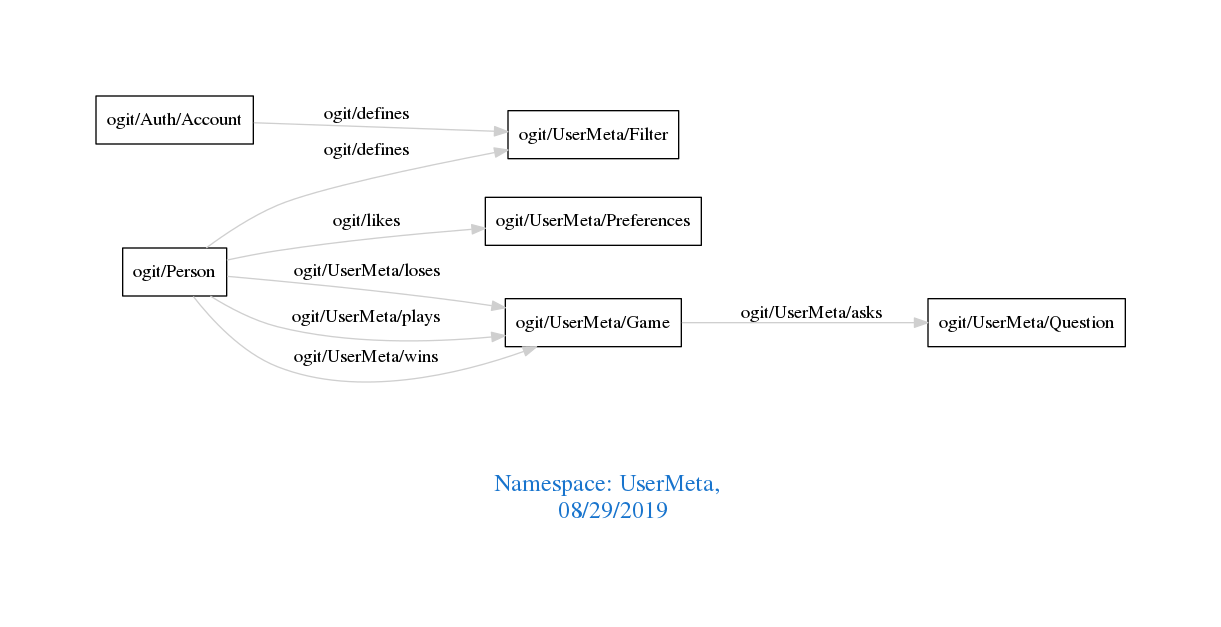
Above: downloads/UserMeta.png in arago/OGIT (Graphviz), before the change. Its source is kept beside it as downloads/UserMeta.dot.
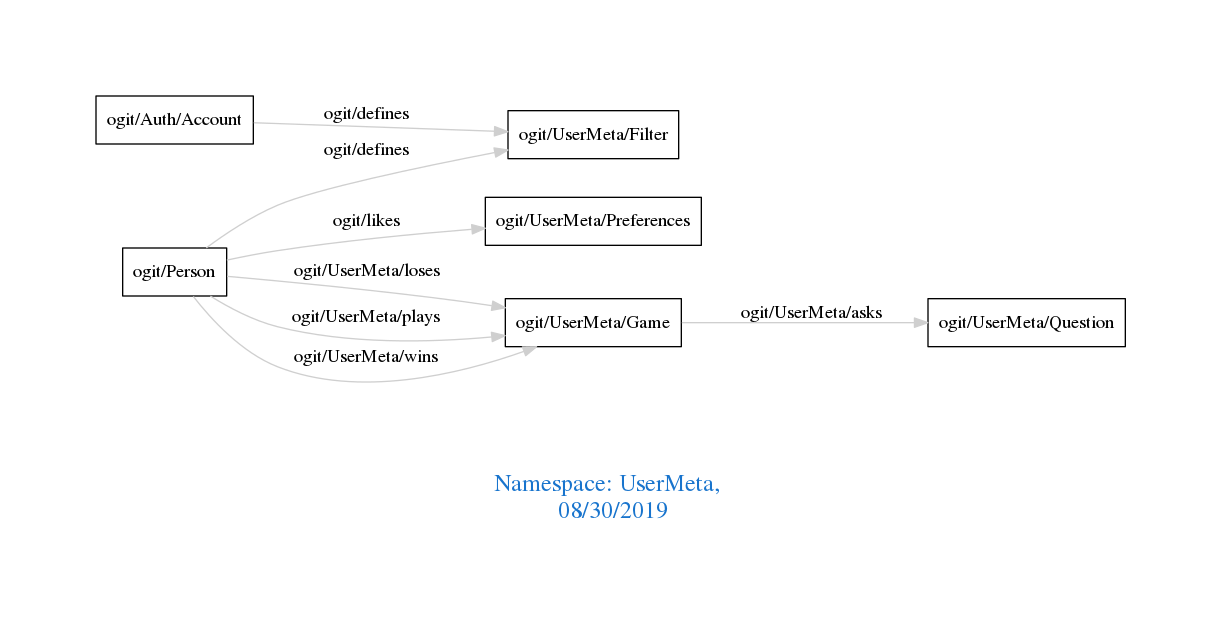
After the change.

Diff of the diagram source:
```diff
@@ -1,7 +1,7 @@
 digraph OGIT_ontology {
  graph [ rankdir= LR,pad=1
 fontsize = 18,
-fontcolor= dodgerblue3,label = "\n\n\nNamespace: UserMeta, \n 08/29/2019"];
+fontcolor= dodgerblue3,label = "\n\n\nNamespace: UserMeta, \n 08/30/2019"];
 node[shape=polygon];
 edge [  color="gray81"];
 
```
